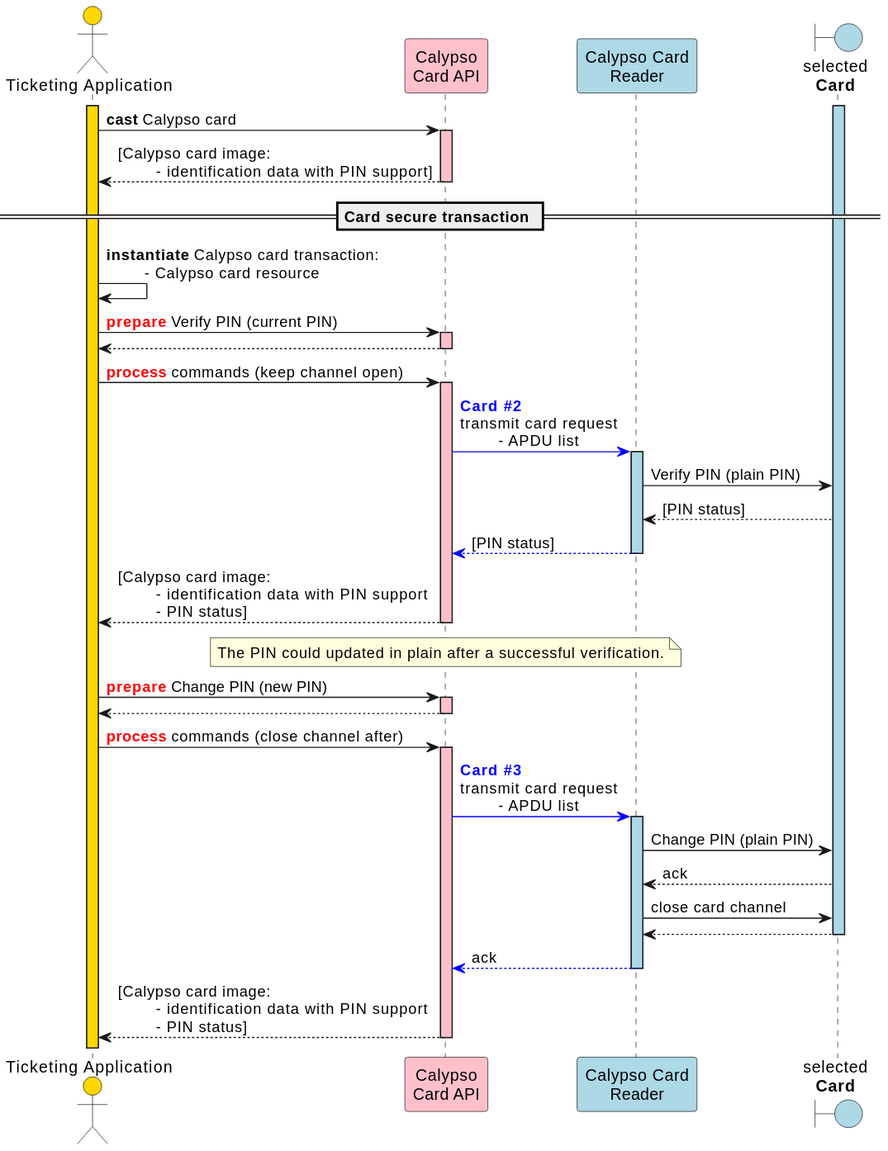
Above: static/media/specifications/calypso_transaction_Verify_Change_Plain_PIN_sequence_diagram.svg in calypsonet/calypsonet-terminal-api-website (PlantUML), before the change.
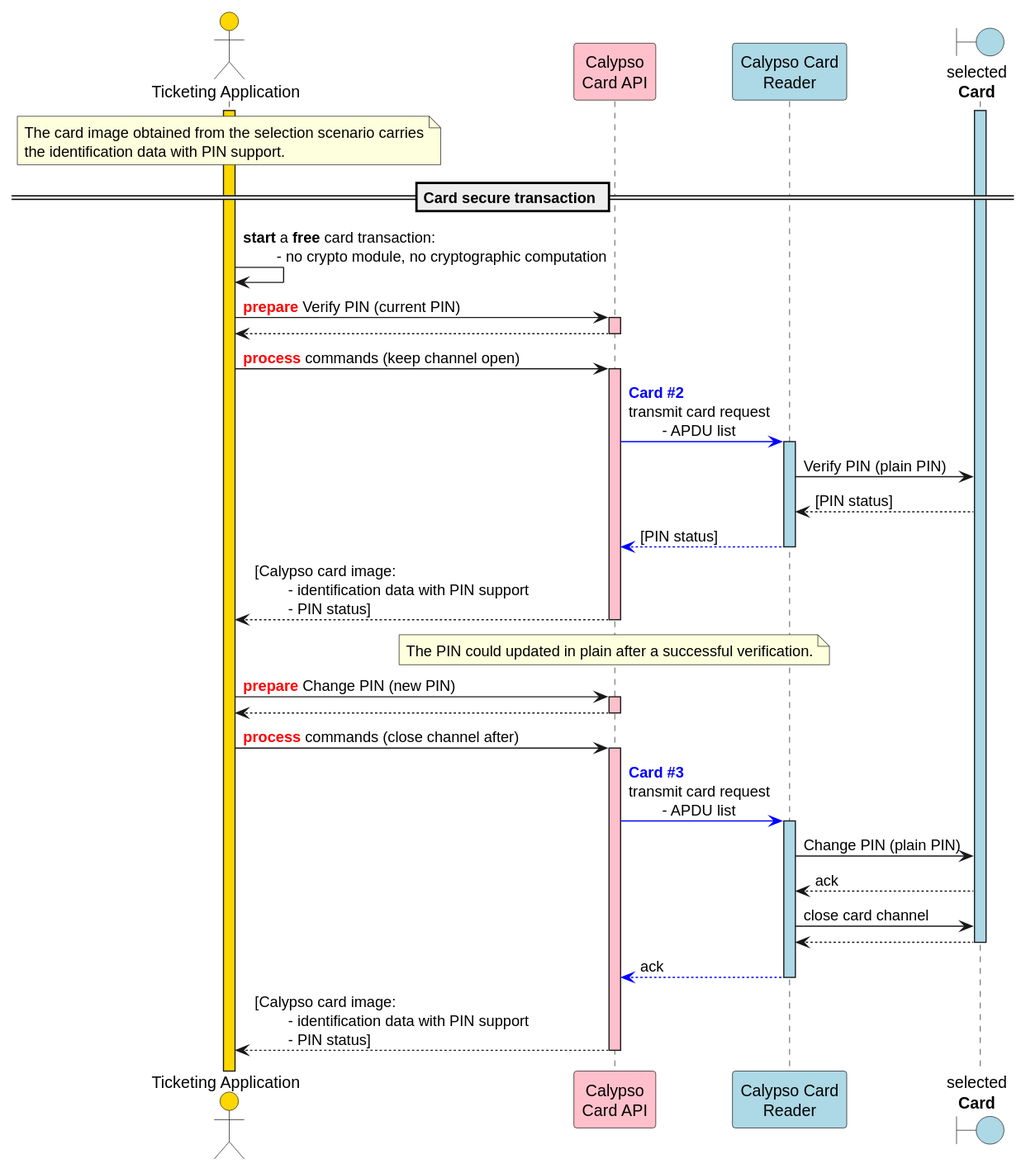
After the change.

Diff of the diagram source:
```diff
@@ -39,15 +39,14 @@
 
 activate card #lightBlue
 
-app->capi: **cast** Calypso card
-activate capi  #pink
-capi-->app: [Calypso card image:\n\t- identification data with PIN support]
-
-deactivate capi
+note over app
+    The card image obtained from the selection scenario carries
+    the identification data with PIN support.
+end note
 
 == Card secure transaction ==
 
-app->app: **instantiate** Calypso card transaction:\n\t- Calypso card resource
+app->app: **start** a **free** card transaction:\n\t- no crypto module, no cryptographic computation
 
 app->capi: <font color=red>**prepare**</font> Verify PIN (current PIN)
 activate capi  #pink
```
